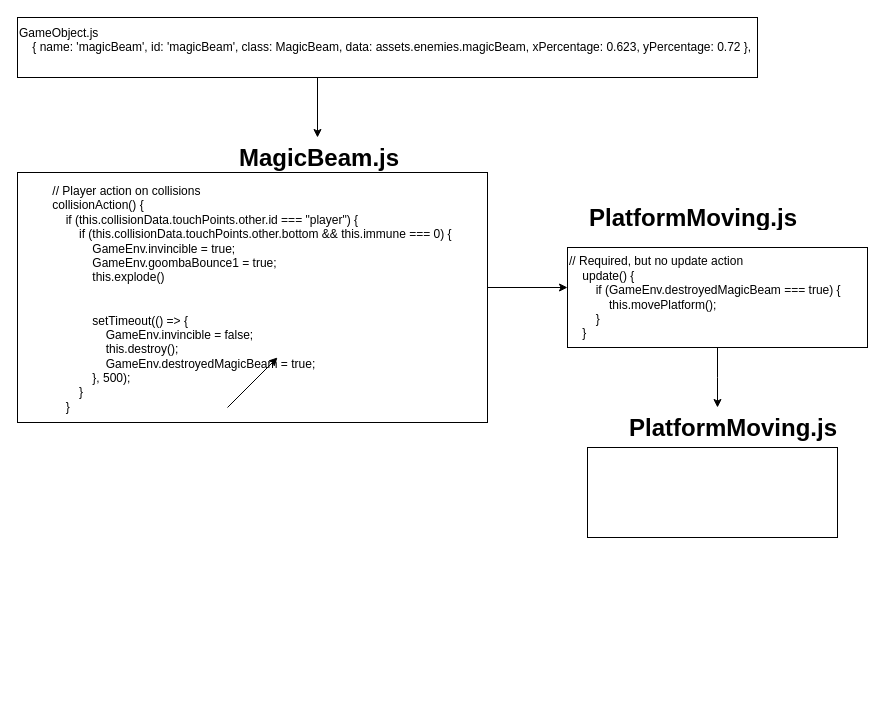
The draw.io diagram _posts/movingPlatform.drawio in vibha1019/cses_student, before the edit. Source tidied: cells renumbered, new cells numbered last; positions are measured from the earlier drawing's top-left corner, leaving out a move shared by most shapes. Both pictures are drawn from the tidied source at 100%, with x=0, y=0 at pixel (17, 17).
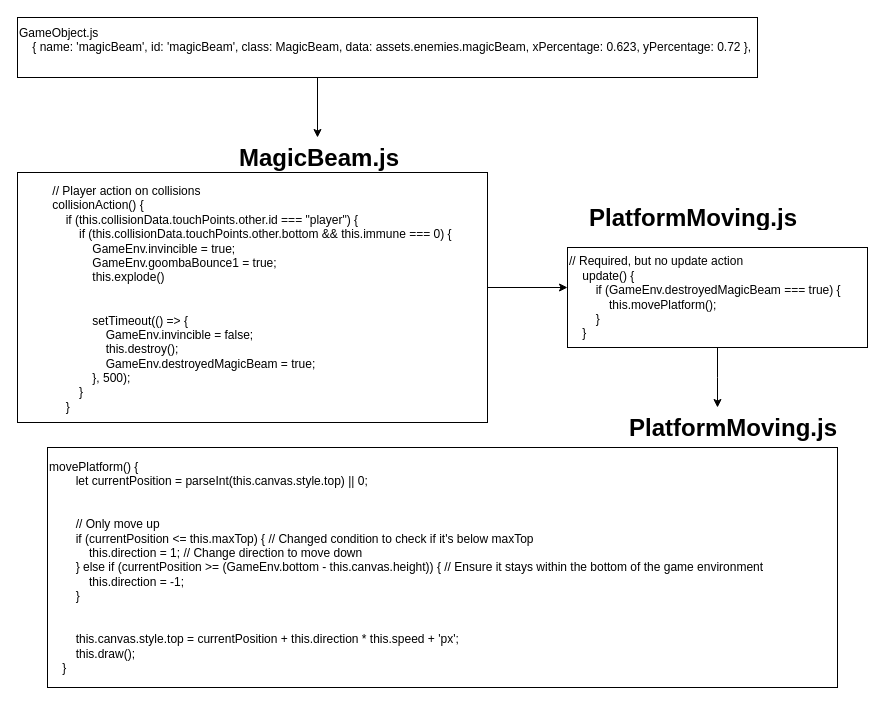
Above is the later version.

Diff of the diagram source:
```diff
@@
 <mxGraphModel>
   <root>
     <mxCell id="0" />
     <mxCell id="1" parent="0" />
     <mxCell id="2" value="GameObject.js&lt;div&gt;&lt;div&gt;&amp;nbsp; &amp;nbsp; { name: 'magicBeam', id: 'magicBeam', class: MagicBeam, data: assets.enemies.magicBeam, xPercentage: 0.623, yPercentage: 0.72 },&lt;/div&gt;&lt;/div&gt;&lt;div&gt;&lt;br&gt;&lt;/div&gt;" style="rounded=0;whiteSpace=wrap;html=1;align=left;" parent="1" vertex="1">
       <mxGeometry width="740" height="60" as="geometry" />
     </mxCell>
     <mxCell id="3" style="endArrow=classic;html=1;rounded=0;" parent="1" edge="1">
       <mxGeometry relative="1" as="geometry">
         <mxPoint x="300" y="60" as="sourcePoint" />
         <mxPoint x="300" y="120" as="targetPoint" />
       </mxGeometry>
     </mxCell>
     <mxCell id="4" style="edgeStyle=orthogonalEdgeStyle;rounded=0;orthogonalLoop=1;jettySize=auto;html=1;exitX=0.5;exitY=1;exitDx=0;exitDy=0;" parent="1" edge="1">
       <mxGeometry relative="1" as="geometry">
         <mxPoint x="290" y="470" as="sourcePoint" />
         <mxPoint x="290" y="470" as="targetPoint" />
       </mxGeometry>
     </mxCell>
     <mxCell id="5" style="rounded=0;whiteSpace=wrap;html=1;" parent="1" vertex="1">
       <mxGeometry y="155" width="470" height="250" as="geometry" />
     </mxCell>
     <mxCell id="6" value="    // Player action on collisions&#10;    collisionAction() {&#10;        if (this.collisionData.touchPoints.other.id === &quot;player&quot;) {&#10;            if (this.collisionData.touchPoints.other.bottom &amp;&amp; this.immune === 0) {&#10;                GameEnv.invincible = true;&#10;                GameEnv.goombaBounce1 = true;&#10;                this.explode()&#10;&#10;            &#10;                setTimeout(() =&gt; {&#10;                    GameEnv.invincible = false;&#10;                    this.destroy();&#10;                    GameEnv.destroyedMagicBeam = true;&#10;                }, 500);&#10;            }&#10;        }" style="text;whiteSpace=wrap;" parent="1" vertex="1">
       <mxGeometry x="20" y="160" width="430" height="240" as="geometry" />
     </mxCell>
     <mxCell id="7" value="&lt;h1 style=&quot;margin-top: 0px;&quot;&gt;MagicBeam.js&lt;/h1&gt;" style="text;html=1;whiteSpace=wrap;overflow=hidden;rounded=0;" parent="1" vertex="1">
       <mxGeometry x="220" y="120" width="180" height="40" as="geometry" />
     </mxCell>
     <mxCell id="8" style="endArrow=classic;html=1;rounded=0;" parent="1" edge="1">
       <mxGeometry relative="1" as="geometry">
         <mxPoint x="470" y="270" as="sourcePoint" />
         <mxPoint x="550" y="270" as="targetPoint" />
       </mxGeometry>
     </mxCell>
     <mxCell id="9" style="edgeStyle=orthogonalEdgeStyle;rounded=0;jettySize=auto;html=1;" parent="1" edge="1" source="10">
       <mxGeometry relative="1" as="geometry">
         <mxPoint x="700" y="390" as="targetPoint" />
       </mxGeometry>
     </mxCell>
     <mxCell id="10" value="// Required, but no update action&#10;    update() {&#10;        if (GameEnv.destroyedMagicBeam === true) {     &#10;            this.movePlatform();&#10;        }&#10;    }" style="rounded=0;whiteSpace=wrap;html=1;align=left;" parent="1" vertex="1">
       <mxGeometry x="550" y="230" width="300" height="100" as="geometry" />
     </mxCell>
     <mxCell id="11" value="&lt;h1 style=&quot;margin-top: 0px;&quot;&gt;PlatformMoving.js&lt;/h1&gt;" style="text;html=1;whiteSpace=wrap;overflow=hidden;rounded=0;" parent="1" vertex="1">
       <mxGeometry x="570" y="180" width="220" height="30" as="geometry" />
     </mxCell>
-    <mxCell id="12" style="endArrow=classic;html=1;rounded=0;" parent="1" edge="1">
-      <mxGeometry relative="1" as="geometry">
-        <mxPoint x="210" y="390" as="sourcePoint" />
-        <mxPoint x="260" y="340" as="targetPoint" />
-      </mxGeometry>
-    </mxCell>
-    <mxCell id="13" style="rounded=0;whiteSpace=wrap;html=1;align=left;" parent="1" vertex="1">
-      <mxGeometry x="570" y="430" width="250" height="90" as="geometry" />
+    <mxCell id="13" value="movePlatform() {&#10;        let currentPosition = parseInt(this.canvas.style.top) || 0;&#10;&#10;&#10;        // Only move up&#10;        if (currentPosition &lt;= this.maxTop) { // Changed condition to check if it's below maxTop&#10;            this.direction = 1; // Change direction to move down&#10;        } else if (currentPosition &gt;= (GameEnv.bottom - this.canvas.height)) { // Ensure it stays within the bottom of the game environment&#10;            this.direction = -1;&#10;        }&#10;&#10;&#10;        this.canvas.style.top = currentPosition + this.direction * this.speed + 'px';&#10;        this.draw();&#10;    }" style="rounded=0;whiteSpace=wrap;html=1;align=left;" parent="1" vertex="1">
+      <mxGeometry x="30" y="430" width="790" height="240" as="geometry" />
     </mxCell>
     <mxCell id="14" value="&lt;h1 style=&quot;margin-top: 0px;&quot;&gt;PlatformMoving.js&lt;/h1&gt;" style="text;html=1;whiteSpace=wrap;overflow=hidden;rounded=0;" parent="1" vertex="1">
       <mxGeometry x="610" y="390" width="220" height="40" as="geometry" />
     </mxCell>
   </root>
 </mxGraphModel>
```
